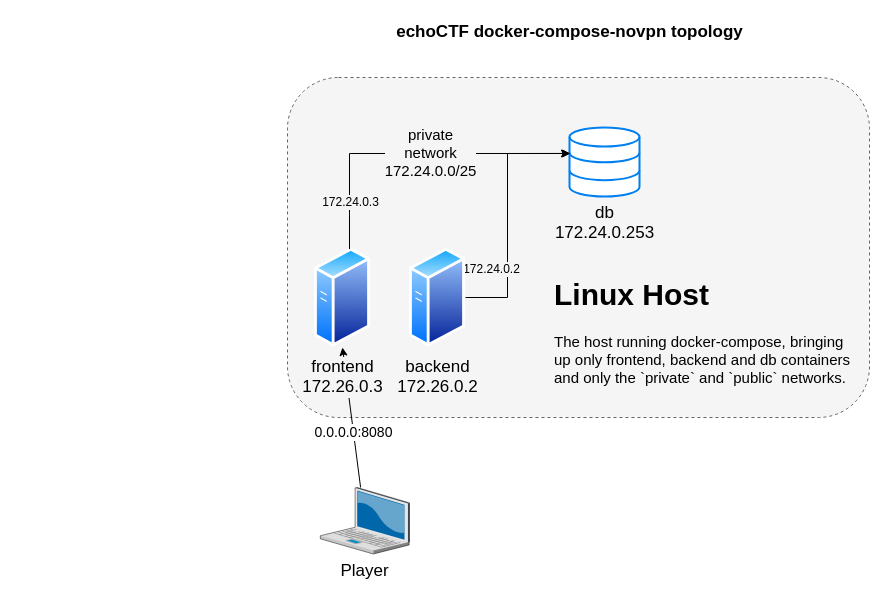
Above: page "docker-compose-novpn-topology" (2 of 9) of docs/assets/various documentation related diagrams.drawio in echoCTF/echoCTF.RED (draw.io), before the change. Source tidied: cells renumbered, new cells numbered last; positions are measured from the earlier drawing's top-left corner, leaving out a move shared by most shapes. Both pictures are drawn from the tidied source at 100%, with x=0, y=0 at pixel (287, 17).
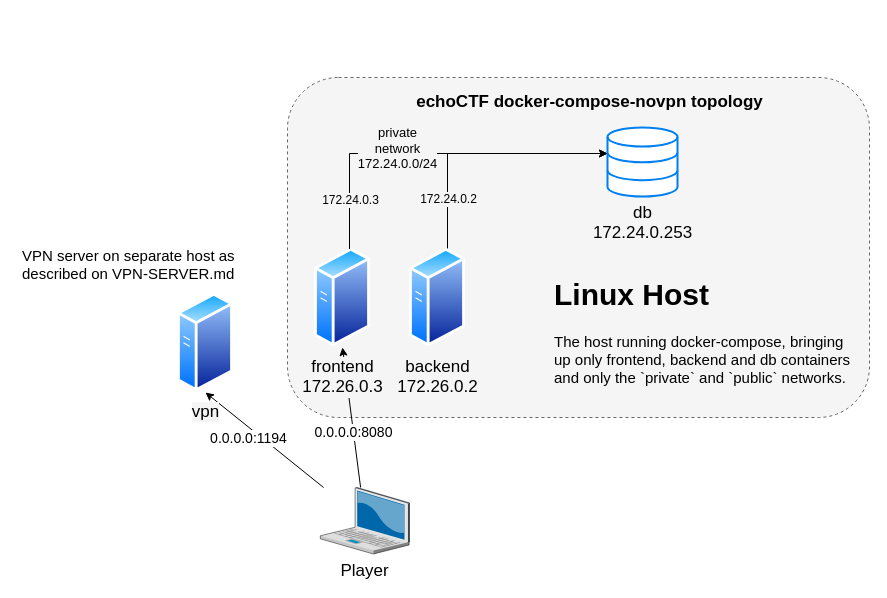
The same page after the edit.

The change refers to these unchanged cells:
```xml
<mxCell id="6" value="frontend&lt;br&gt;172.26.0.3" style="perimeter=ellipsePerimeter;html=1;align=center;shadow=0;dashed=0;spacingTop=3;image;image=img/lib/active_directory/generic_server.svg;fontSize=17;labelBackgroundColor=#F5F5F5;" parent="1" vertex="1">
  <mxGeometry x="27" y="230" width="56" height="100" as="geometry" />
</mxCell>
<mxCell id="9" value="backend&lt;br&gt;172.26.0.2" style="perimeter=ellipsePerimeter;html=1;align=center;shadow=0;dashed=0;spacingTop=3;image;image=img/lib/active_directory/generic_server.svg;fontSize=17;labelBackgroundColor=#F5F5F5;" parent="1" vertex="1">
  <mxGeometry x="122" y="230" width="56" height="100" as="geometry" />
</mxCell>
<mxCell id="11" value="Player" style="verticalLabelPosition=bottom;html=1;verticalAlign=top;strokeColor=none;align=center;outlineConnect=0;shape=mxgraph.citrix.laptop_2;fontSize=17;" parent="1" vertex="1">
  <mxGeometry x="32.8" y="470" width="89.2" height="66.5" as="geometry" />
</mxCell>
```

Change to the diagram source:
```diff
@@
     <mxCell id="5" value="echoCTF docker-compose-novpn topology" style="text;html=1;align=center;verticalAlign=middle;fontSize=17;fontStyle=1;" parent="1" vertex="1">
-      <mxGeometry x="102" width="360" height="30" as="geometry" />
+      <mxGeometry x="122" y="70" width="360" height="30" as="geometry" />
     </mxCell>
@@
-    <mxCell id="7" style="edgeStyle=orthogonalEdgeStyle;rounded=0;jettySize=auto;html=1;entryX=0;entryY=0.376;entryDx=0;entryDy=0;entryPerimeter=0;" parent="1" edge="1" source="9" target="10">
+    <mxCell id="7" style="edgeStyle=orthogonalEdgeStyle;rounded=0;jettySize=auto;html=1;" parent="1" edge="1" source="9">
       <mxGeometry relative="1" as="geometry">
+        <mxPoint x="320" y="136" as="targetPoint" />
         <Array as="points">
-          <mxPoint x="220" y="136" />
+          <mxPoint x="160" y="136" />
         </Array>
       </mxGeometry>
     </mxCell>
@@
     <mxCell id="10" value="db&lt;br&gt;172.24.0.253" style="html=1;verticalLabelPosition=bottom;align=center;labelBackgroundColor=#F5F5F5;verticalAlign=top;strokeWidth=2;strokeColor=#0080F0;shadow=0;dashed=0;shape=mxgraph.ios7.icons.data;fontSize=17;" parent="1" vertex="1">
-      <mxGeometry x="282" y="110" width="70" height="69.1" as="geometry" />
+      <mxGeometry x="320" y="110" width="70" height="69.1" as="geometry" />
     </mxCell>
@@
-    <mxCell id="13" style="edgeStyle=orthogonalEdgeStyle;rounded=0;jettySize=auto;html=1;entryX=0.014;entryY=0.376;entryDx=0;entryDy=0;entryPerimeter=0;" parent="1" edge="1" source="6" target="10">
+    <mxCell id="13" style="edgeStyle=orthogonalEdgeStyle;rounded=0;jettySize=auto;html=1;" parent="1" edge="1" source="6">
       <mxGeometry relative="1" as="geometry">
+        <mxPoint x="320" y="136" as="targetPoint" />
         <Array as="points">
           <mxPoint x="62" y="136" />
         </Array>
       </mxGeometry>
     </mxCell>
@@
-    <mxCell id="15" value="private&lt;br&gt;network&lt;br&gt;172.24.0.0/25" style="text;html=1;align=center;verticalAlign=middle;labelBackgroundColor=#F5F5F5;fontSize=15;fontColor=#000000;" parent="13" vertex="1">
+    <mxCell id="15" value="private&lt;br style=&quot;font-size: 13px&quot;&gt;network&lt;br style=&quot;font-size: 13px&quot;&gt;172.24.0.0/24" style="text;html=1;align=center;verticalAlign=middle;labelBackgroundColor=#F5F5F5;fontSize=13;fontColor=#000000;" parent="13" vertex="1">
       <mxGeometry x="-0.41" y="-52" relative="1" as="geometry">
-        <mxPoint x="28" y="-4.1" as="offset" />
+        <mxPoint x="38.6" y="-58" as="offset" />
       </mxGeometry>
     </mxCell>
+    <mxCell id="16" style="endArrow=classic;html=1;entryX=0.5;entryY=1;entryDx=0;entryDy=0;" parent="1" edge="1" source="11" target="18">
+      <mxGeometry relative="1" as="geometry" />
+    </mxCell>
+    <mxCell id="17" value="0.0.0.0:1194" style="text;html=1;align=center;verticalAlign=middle;labelBackgroundColor=#ffffff;fontSize=14;fontColor=#000000;" parent="16" vertex="1">
+      <mxGeometry x="-0.2" relative="1" as="geometry">
+        <mxPoint x="-28.4" y="-11.7" as="offset" />
+      </mxGeometry>
+    </mxCell>
+    <mxCell id="18" value="vpn" style="perimeter=ellipsePerimeter;html=1;align=center;shadow=0;dashed=0;spacingTop=3;image;image=img/lib/active_directory/generic_server.svg;fontSize=17;labelBackgroundColor=#F5F5F5;" parent="1" vertex="1">
+      <mxGeometry x="-110" y="275" width="56" height="100" as="geometry" />
+    </mxCell>
+    <mxCell id="19" value="&lt;p&gt;&lt;span style=&quot;font-size: 15px ; font-weight: normal&quot;&gt;VPN server on separate host as described on VPN-SERVER.md&lt;/span&gt;&lt;/p&gt;" style="text;html=1;strokeColor=none;fillColor=none;spacing=5;spacingTop=-20;whiteSpace=wrap;overflow=hidden;rounded=0;fontSize=15;" parent="1" vertex="1">
+      <mxGeometry x="-270" y="225" width="230" height="50" as="geometry" />
+    </mxCell>
```
